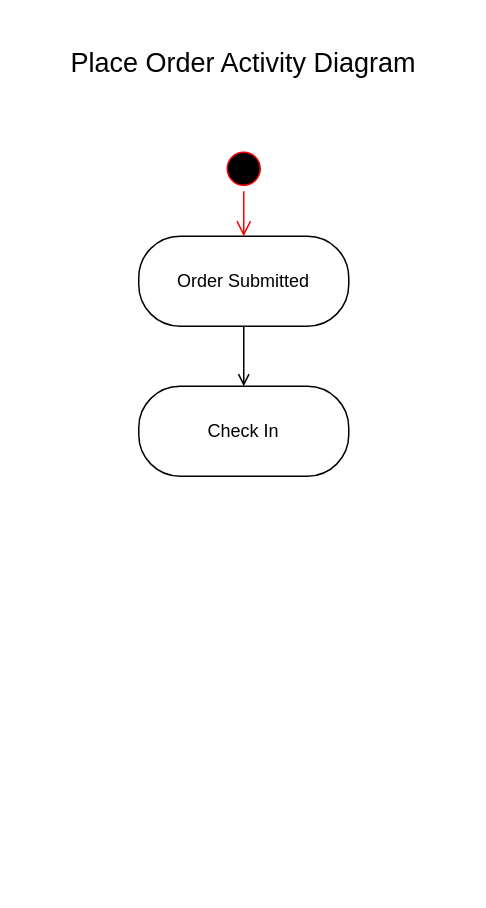
This is page "PrepareOrder" (3 of 3) of diagrams/MenuOrderingDesign.drawio from k0nig1/verkauf-konig, a draw.io file, before an edit. Source tidied: cells renumbered, new cells numbered last; positions are measured from the earlier drawing's top-left corner, leaving out a move shared by most shapes. Both pictures are drawn from the tidied source at 150%, with x=0, y=0 at pixel (26, 26).
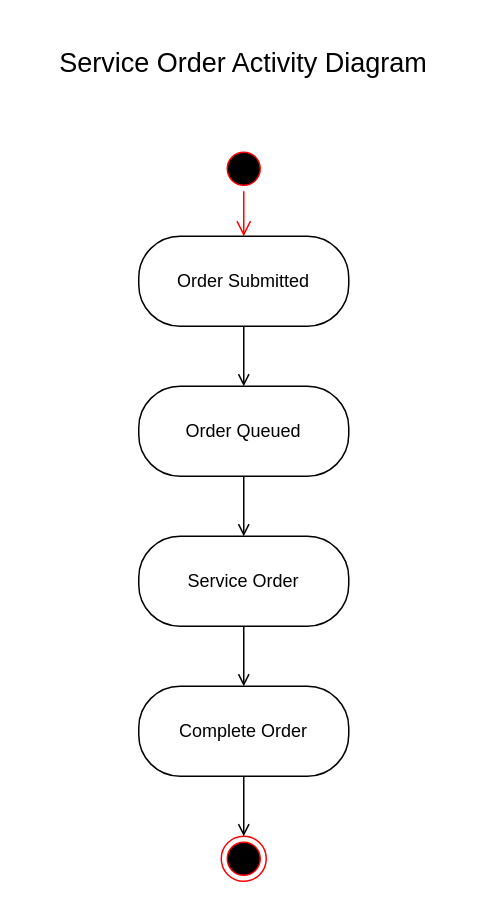
The same diagram, later.

Change to the diagram source:
```diff
@@
 <mxGraphModel>
   <root>
     <mxCell id="0" />
     <mxCell id="1" parent="0" />
-    <mxCell id="2" value="&lt;font style=&quot;font-size: 18px;&quot;&gt;Place Order Activity Diagram&lt;/font&gt;" style="text;html=1;strokeColor=none;fillColor=none;align=center;verticalAlign=middle;whiteSpace=wrap;rounded=0;" parent="1" vertex="1">
+    <mxCell id="2" value="&lt;font style=&quot;font-size: 18px;&quot;&gt;Service Order Activity Diagram&lt;/font&gt;" style="text;html=1;strokeColor=none;fillColor=none;align=center;verticalAlign=middle;whiteSpace=wrap;rounded=0;" parent="1" vertex="1">
       <mxGeometry width="290" height="50" as="geometry" />
     </mxCell>
     <mxCell id="3" style="ellipse;html=1;shape=startState;fillColor=#000000;strokeColor=#ff0000;" parent="1" vertex="1">
       <mxGeometry x="130" y="80" width="30" height="30" as="geometry" />
     </mxCell>
     <mxCell id="4" style="edgeStyle=orthogonalEdgeStyle;html=1;verticalAlign=bottom;endArrow=open;endSize=8;strokeColor=#ff0000;rounded=0;" parent="1" edge="1" source="3" target="5">
       <mxGeometry relative="1" as="geometry" />
     </mxCell>
     <mxCell id="5" value="Order Submitted" style="html=1;whiteSpace=wrap;rounded=1;arcSize=46;" parent="1" vertex="1">
       <mxGeometry x="75" y="140" width="140" height="60" as="geometry" />
     </mxCell>
-    <mxCell id="6" value="Check In" style="html=1;whiteSpace=wrap;rounded=1;arcSize=46;" parent="1" vertex="1">
+    <mxCell id="6" value="Order Queued" style="html=1;whiteSpace=wrap;rounded=1;arcSize=46;" parent="1" vertex="1">
       <mxGeometry x="75" y="240" width="140" height="60" as="geometry" />
     </mxCell>
     <mxCell id="7" style="endArrow=open;html=1;rounded=0;endFill=0;" parent="1" edge="1" source="5" target="6">
       <mxGeometry relative="1" as="geometry" />
     </mxCell>
+    <mxCell id="8" value="Service Order" style="html=1;whiteSpace=wrap;rounded=1;arcSize=46;" parent="1" vertex="1">
+      <mxGeometry x="75" y="340" width="140" height="60" as="geometry" />
+    </mxCell>
+    <mxCell id="9" value="Complete Order" style="html=1;whiteSpace=wrap;rounded=1;arcSize=46;" parent="1" vertex="1">
+      <mxGeometry x="75" y="440" width="140" height="60" as="geometry" />
+    </mxCell>
+    <mxCell id="10" style="ellipse;html=1;shape=endState;fillColor=#000000;strokeColor=#ff0000;" parent="1" vertex="1">
+      <mxGeometry x="130" y="540" width="30" height="30" as="geometry" />
+    </mxCell>
+    <mxCell id="11" style="endArrow=open;html=1;rounded=0;endFill=0;" parent="1" edge="1" source="6" target="8">
+      <mxGeometry relative="1" as="geometry" />
+    </mxCell>
+    <mxCell id="12" style="endArrow=open;html=1;rounded=0;endFill=0;" parent="1" edge="1" source="8" target="9">
+      <mxGeometry relative="1" as="geometry" />
+    </mxCell>
+    <mxCell id="13" style="endArrow=open;html=1;rounded=0;endFill=0;" parent="1" edge="1" source="9" target="10">
+      <mxGeometry relative="1" as="geometry" />
+    </mxCell>
   </root>
 </mxGraphModel>
```
